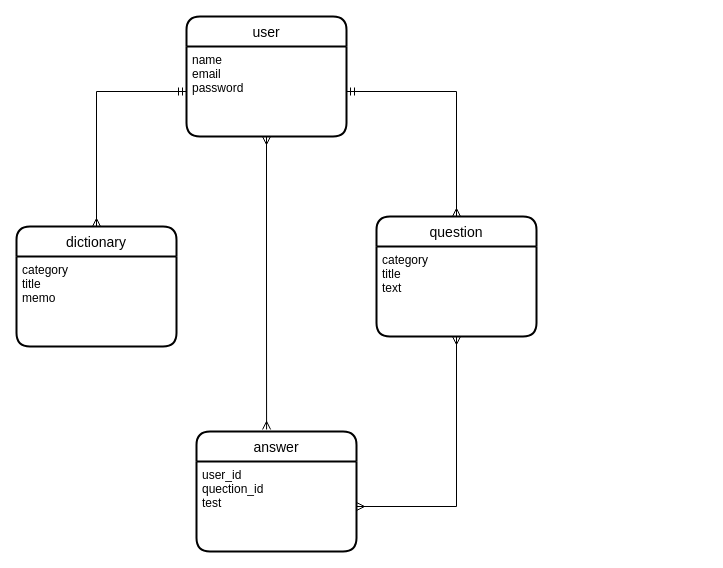
yusuke-k-03/my_dictionary keeps this draw.io diagram as dictionary.dio. Above is the earlier version. Source tidied: cells renumbered, new cells numbered last; positions are measured from the earlier drawing's top-left corner, leaving out a move shared by most shapes. Both pictures are drawn from the tidied source at 100%, with x=0, y=0 at pixel (16, 16).
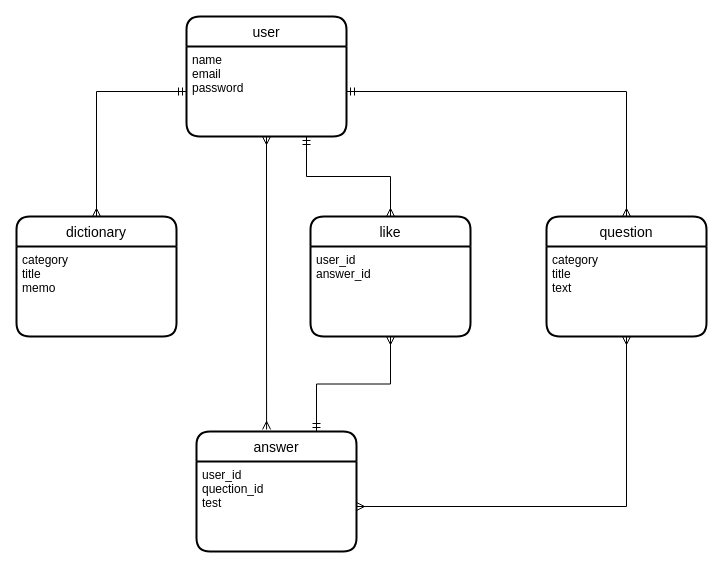
Above is the later version.

Diff of the diagram source:
```diff
@@
 <mxGraphModel>
   <root>
     <mxCell id="0" />
     <mxCell id="1" parent="0" />
     <mxCell id="2" value="user" style="swimlane;horizontal=1;startSize=30;rounded=1;fontSize=14;fontStyle=0;strokeWidth=2;shadow=0;dashed=0;align=center;" parent="1" vertex="1">
       <mxGeometry x="170" width="160" height="120" as="geometry" />
     </mxCell>
     <mxCell id="3" value="name&#10;email&#10;password" style="align=left;strokeColor=none;fillColor=none;spacingLeft=4;fontSize=12;verticalAlign=top;" parent="2" vertex="1">
       <mxGeometry y="30" width="160" height="90" as="geometry" />
     </mxCell>
     <mxCell id="4" value="dictionary" style="swimlane;horizontal=1;startSize=30;rounded=1;fontSize=14;fontStyle=0;strokeWidth=2;shadow=0;dashed=0;align=center;" parent="1" vertex="1">
-      <mxGeometry y="210" width="160" height="120" as="geometry" />
+      <mxGeometry y="200" width="160" height="120" as="geometry" />
     </mxCell>
     <mxCell id="5" value="category&#10;title&#10;memo&#10;&#10;" style="align=left;strokeColor=none;fillColor=none;spacingLeft=4;fontSize=12;verticalAlign=top;" parent="4" vertex="1">
       <mxGeometry y="30" width="160" height="90" as="geometry" />
     </mxCell>
     <mxCell id="6" style="edgeStyle=orthogonalEdgeStyle;rounded=0;jettySize=auto;html=1;exitX=0;exitY=0.5;exitDx=0;exitDy=0;entryX=0.5;entryY=0;entryDx=0;entryDy=0;endArrow=ERmany;endFill=0;startArrow=ERmandOne;startFill=0;" parent="1" edge="1" source="3" target="4">
       <mxGeometry relative="1" as="geometry" />
     </mxCell>
     <mxCell id="7" value="question" style="swimlane;horizontal=1;startSize=30;rounded=1;fontSize=14;fontStyle=0;strokeWidth=2;shadow=0;dashed=0;align=center;" parent="1" vertex="1">
-      <mxGeometry x="360" y="200" width="160" height="120" as="geometry" />
+      <mxGeometry x="530" y="200" width="160" height="120" as="geometry" />
     </mxCell>
     <mxCell id="8" value="category&#10;title&#10;text" style="align=left;strokeColor=none;fillColor=none;spacingLeft=4;fontSize=12;verticalAlign=top;" parent="7" vertex="1">
       <mxGeometry y="30" width="160" height="90" as="geometry" />
     </mxCell>
     <mxCell id="9" style="edgeStyle=orthogonalEdgeStyle;rounded=0;jettySize=auto;html=1;exitX=1;exitY=0.5;exitDx=0;exitDy=0;entryX=0.5;entryY=0;entryDx=0;entryDy=0;endArrow=ERmany;endFill=0;startArrow=ERmandOne;startFill=0;" parent="1" edge="1" source="3" target="7">
       <mxGeometry relative="1" as="geometry" />
     </mxCell>
+    <mxCell id="14" style="edgeStyle=orthogonalEdgeStyle;rounded=0;jettySize=auto;html=1;exitX=0.75;exitY=0;exitDx=0;exitDy=0;entryX=0.5;entryY=1;entryDx=0;entryDy=0;endArrow=ERmany;endFill=0;startArrow=ERmandOne;startFill=0;" parent="1" edge="1" source="10" target="16">
+      <mxGeometry relative="1" as="geometry" />
+    </mxCell>
     <mxCell id="10" value="answer" style="swimlane;horizontal=1;startSize=30;rounded=1;fontSize=14;fontStyle=0;strokeWidth=2;shadow=0;dashed=0;align=center;" parent="1" vertex="1">
       <mxGeometry x="180" y="415" width="160" height="120" as="geometry" />
     </mxCell>
     <mxCell id="11" value="user_id&#10;quection_id&#10;test" style="align=left;strokeColor=none;fillColor=none;spacingLeft=4;fontSize=12;verticalAlign=top;" parent="10" vertex="1">
       <mxGeometry y="30" width="160" height="90" as="geometry" />
     </mxCell>
     <mxCell id="12" style="edgeStyle=orthogonalEdgeStyle;rounded=0;jettySize=auto;html=1;startArrow=ERmany;startFill=0;endArrow=ERmany;endFill=0;entryX=0.438;entryY=-0.017;entryDx=0;entryDy=0;entryPerimeter=0;" parent="1" edge="1" source="3" target="10">
       <mxGeometry relative="1" as="geometry" />
     </mxCell>
     <mxCell id="13" style="edgeStyle=orthogonalEdgeStyle;rounded=0;jettySize=auto;html=1;exitX=0.5;exitY=1;exitDx=0;exitDy=0;entryX=1;entryY=0.5;entryDx=0;entryDy=0;startArrow=ERmany;startFill=0;endArrow=ERmany;endFill=0;" parent="1" edge="1" source="8" target="11">
       <mxGeometry relative="1" as="geometry" />
     </mxCell>
+    <mxCell id="15" value="like" style="swimlane;horizontal=1;startSize=30;rounded=1;fontSize=14;fontStyle=0;strokeWidth=2;shadow=0;dashed=0;align=center;" parent="1" vertex="1">
+      <mxGeometry x="294" y="200" width="160" height="120" as="geometry" />
+    </mxCell>
+    <mxCell id="16" value="user_id&#10;answer_id" style="align=left;strokeColor=none;fillColor=none;spacingLeft=4;fontSize=12;verticalAlign=top;" parent="15" vertex="1">
+      <mxGeometry y="30" width="160" height="90" as="geometry" />
+    </mxCell>
+    <mxCell id="17" style="edgeStyle=orthogonalEdgeStyle;rounded=0;jettySize=auto;html=1;exitX=0.75;exitY=1;exitDx=0;exitDy=0;entryX=0.5;entryY=0;entryDx=0;entryDy=0;endArrow=ERmany;endFill=0;startArrow=ERmandOne;startFill=0;" parent="1" edge="1" source="3" target="15">
+      <mxGeometry relative="1" as="geometry" />
+    </mxCell>
   </root>
 </mxGraphModel>
```
